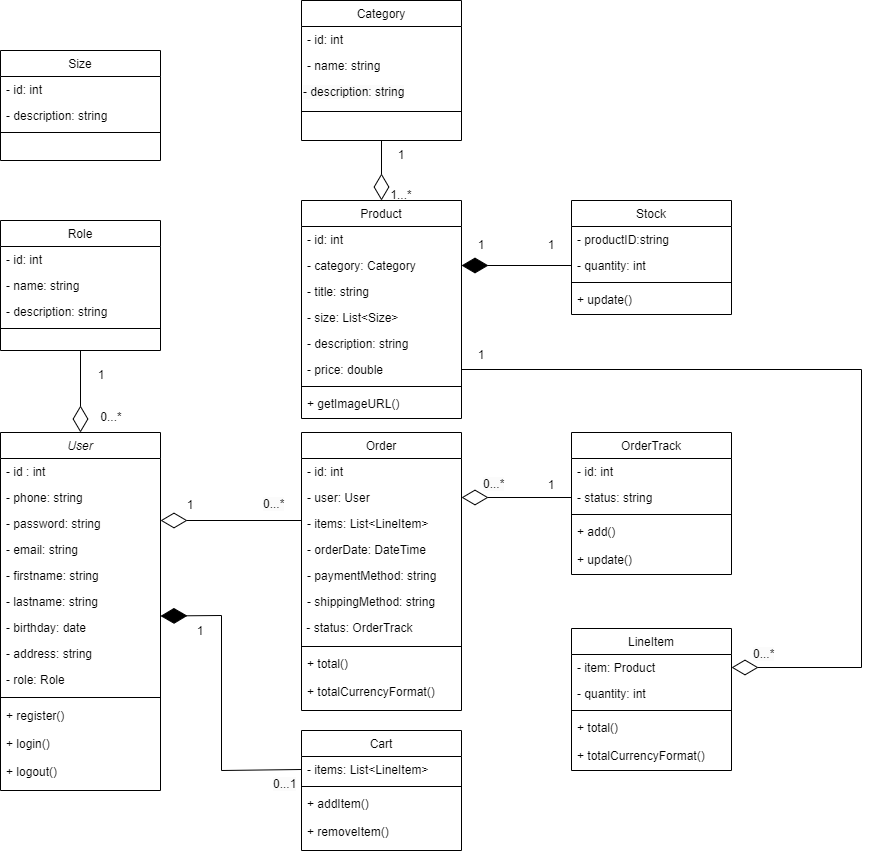
Before: WEB.drawio.png, a diagram exported from draw.io (Bisoo12300/web_project_ERD). Source tidied: cells renumbered, new cells last; positions are measured from the earlier drawing's top-left corner, leaving out a move shared by most shapes.
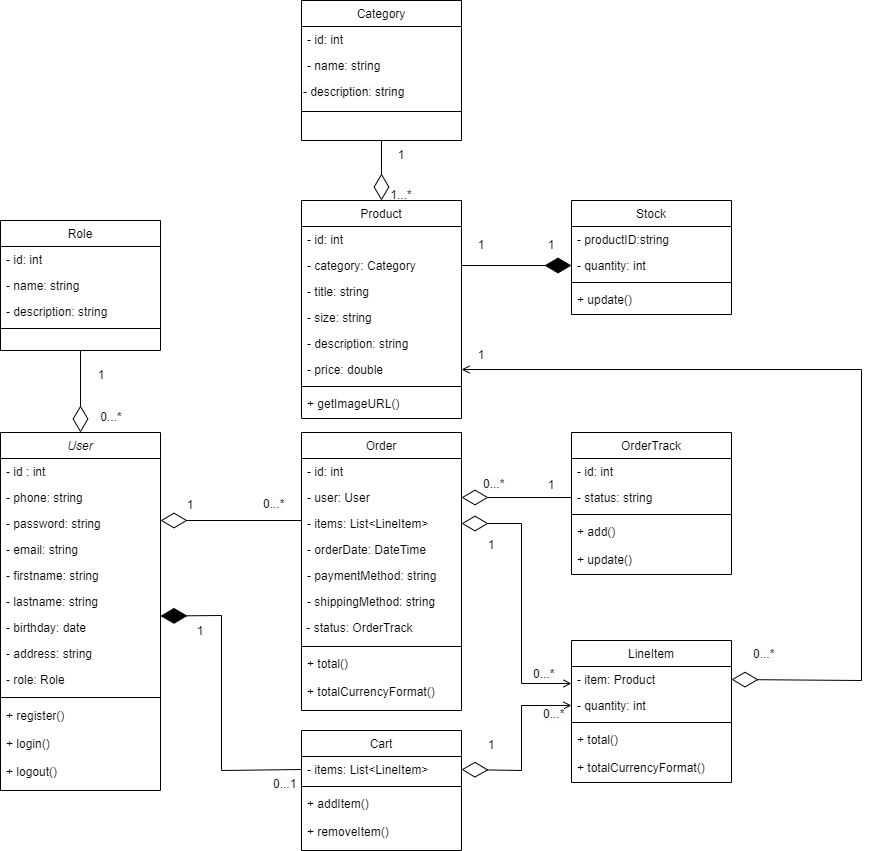
Later version of the same file.

Commit message:
Cập nhật WEB.drawio.png

The edit, as a diff of the source:
```diff
@@ -84,7 +84,7 @@
       <mxGeometry y="88" width="160" height="28" as="geometry" />
     </mxCell>
     <mxCell id="29" value="LineItem" style="swimlane;fontStyle=0;align=center;verticalAlign=top;horizontal=1;startSize=26;rounded=0;shadow=0;strokeWidth=1;" parent="1" vertex="1">
-      <mxGeometry x="571" y="628" width="160" height="142" as="geometry" />
+      <mxGeometry x="571" y="640" width="160" height="142" as="geometry" />
     </mxCell>
     <mxCell id="30" value="- item: Product" style="text;align=left;verticalAlign=top;spacingLeft=4;spacingRight=4;overflow=hidden;points=[[0,0.5],[1,0.5]];portConstraint=eastwest;" parent="29" vertex="1">
       <mxGeometry y="26" width="160" height="26" as="geometry" />
@@ -113,7 +113,7 @@
     <mxCell id="38" value="- title: string" style="text;align=left;verticalAlign=top;spacingLeft=4;spacingRight=4;overflow=hidden;rounded=0;shadow=0;html=0;" parent="35" vertex="1">
       <mxGeometry y="78" width="160" height="26" as="geometry" />
     </mxCell>
-    <mxCell id="39" value="- size: List&lt;Size&gt;" style="text;align=left;verticalAlign=top;spacingLeft=4;spacingRight=4;overflow=hidden;rounded=0;shadow=0;html=0;" parent="35" vertex="1">
+    <mxCell id="39" value="- size: string" style="text;align=left;verticalAlign=top;spacingLeft=4;spacingRight=4;overflow=hidden;rounded=0;shadow=0;html=0;" parent="35" vertex="1">
       <mxGeometry y="104" width="160" height="26" as="geometry" />
     </mxCell>
     <mxCell id="40" value="- description: string" style="text;align=left;verticalAlign=top;spacingLeft=4;spacingRight=4;overflow=hidden;rounded=0;shadow=0;html=0;" parent="35" vertex="1">
@@ -167,7 +167,7 @@
     <mxCell id="56" value="+ update()" style="text;align=left;verticalAlign=top;spacingLeft=4;spacingRight=4;overflow=hidden;rounded=0;shadow=0;html=0;" parent="52" vertex="1">
       <mxGeometry y="86" width="160" height="28" as="geometry" />
     </mxCell>
-    <mxCell id="57" style="endArrow=diamondThin;endFill=1;endSize=24;html=1;rounded=0;entryX=1;entryY=0.5;entryDx=0;entryDy=0;exitX=0;exitY=0.5;exitDx=0;exitDy=0;" parent="1" edge="1" source="54" target="37">
+    <mxCell id="57" style="endArrow=diamondThin;endFill=1;endSize=24;html=1;rounded=0;exitX=1;exitY=0.5;exitDx=0;exitDy=0;entryX=0;entryY=0.5;entryDx=0;entryDy=0;" parent="1" edge="1" source="37" target="54">
       <mxGeometry relative="1" as="geometry" />
     </mxCell>
     <mxCell id="58" value="1" style="text;html=1;strokeColor=none;fillColor=none;align=center;verticalAlign=middle;whiteSpace=wrap;rounded=0;" parent="1" vertex="1">
@@ -261,11 +261,11 @@
     <mxCell id="85" value="&lt;span style=&quot;color: rgb(0, 0, 0); font-family: Helvetica; font-size: 12px; font-style: normal; font-variant-ligatures: normal; font-variant-caps: normal; font-weight: 400; letter-spacing: normal; orphans: 2; text-align: center; text-indent: 0px; text-transform: none; widows: 2; word-spacing: 0px; -webkit-text-stroke-width: 0px; background-color: rgb(251, 251, 251); text-decoration-thickness: initial; text-decoration-style: initial; text-decoration-color: initial; float: none; display: inline !important;&quot;&gt;0...*&lt;/span&gt;" style="text;whiteSpace=wrap;html=1;" parent="1" vertex="1">
       <mxGeometry x="481" y="470" width="50" height="40" as="geometry" />
     </mxCell>
-    <mxCell id="86" style="endArrow=diamondThin;endFill=0;endSize=24;html=1;rounded=0;entryX=1;entryY=0.5;entryDx=0;entryDy=0;exitX=1;exitY=0.5;exitDx=0;exitDy=0;" parent="1" edge="1" source="41" target="30">
+    <mxCell id="86" style="endArrow=diamondThin;endFill=0;endSize=24;html=1;rounded=0;entryX=1;entryY=0.5;entryDx=0;entryDy=0;exitX=1;exitY=0.5;exitDx=0;exitDy=0;startArrow=open;startFill=0;" parent="1" edge="1" source="41" target="30">
       <mxGeometry relative="1" as="geometry">
         <Array as="points">
           <mxPoint x="861" y="369" />
-          <mxPoint x="861" y="667" />
+          <mxPoint x="861" y="680" />
         </Array>
       </mxGeometry>
     </mxCell>
@@ -275,17 +275,34 @@
     <mxCell id="88" value="1" style="text;html=1;strokeColor=none;fillColor=none;align=center;verticalAlign=middle;whiteSpace=wrap;rounded=0;" parent="1" vertex="1">
       <mxGeometry x="451" y="340" width="60" height="30" as="geometry" />
     </mxCell>
-    <mxCell id="89" value="Size" style="swimlane;fontStyle=0;align=center;verticalAlign=top;horizontal=1;startSize=26;rounded=0;shadow=0;strokeWidth=1;" parent="1" vertex="1">
-      <mxGeometry y="50" width="160" height="110" as="geometry" />
-    </mxCell>
-    <mxCell id="90" value="- id: int" style="text;align=left;verticalAlign=top;spacingLeft=4;spacingRight=4;overflow=hidden;" parent="89" vertex="1">
-      <mxGeometry y="26" width="160" height="26" as="geometry" />
-    </mxCell>
-    <mxCell id="91" value="- description: string" style="text;align=left;verticalAlign=top;spacingLeft=4;spacingRight=4;overflow=hidden;" parent="89" vertex="1">
-      <mxGeometry y="52" width="160" height="26" as="geometry" />
-    </mxCell>
-    <mxCell id="92" style="line;html=1;strokeWidth=1;align=left;verticalAlign=middle;spacingTop=-1;spacingLeft=3;spacingRight=3;labelPosition=right;" parent="89" vertex="1">
-      <mxGeometry y="78" width="160" height="8" as="geometry" />
-    </mxCell>
+    <mxCell id="93" style="endArrow=diamondThin;endFill=0;endSize=24;html=1;rounded=0;entryX=1;entryY=0.5;entryDx=0;entryDy=0;startArrow=open;startFill=0;" parent="1" edge="1" target="63">
+      <mxGeometry relative="1" as="geometry">
+        <mxPoint x="571" y="683" as="sourcePoint" />
+        <Array as="points">
+          <mxPoint x="521" y="683" />
+          <mxPoint x="521" y="523" />
+        </Array>
+      </mxGeometry>
+    </mxCell>
+    <mxCell id="94" style="endArrow=diamondThin;endFill=0;endSize=24;html=1;rounded=0;entryX=1;entryY=0.5;entryDx=0;entryDy=0;exitX=0;exitY=0.5;exitDx=0;exitDy=0;startArrow=open;startFill=0;" parent="1" edge="1" source="31" target="25">
+      <mxGeometry relative="1" as="geometry">
+        <Array as="points">
+          <mxPoint x="521" y="705" />
+          <mxPoint x="521" y="770" />
+        </Array>
+      </mxGeometry>
+    </mxCell>
+    <mxCell id="95" value="&lt;span style=&quot;color: rgb(0, 0, 0); font-family: Helvetica; font-size: 12px; font-style: normal; font-variant-ligatures: normal; font-variant-caps: normal; font-weight: 400; letter-spacing: normal; orphans: 2; text-align: center; text-indent: 0px; text-transform: none; widows: 2; word-spacing: 0px; -webkit-text-stroke-width: 0px; background-color: rgb(251, 251, 251); text-decoration-thickness: initial; text-decoration-style: initial; text-decoration-color: initial; float: none; display: inline !important;&quot;&gt;0...*&lt;/span&gt;" style="text;whiteSpace=wrap;html=1;" parent="1" vertex="1">
+      <mxGeometry x="541" y="700" width="50" height="40" as="geometry" />
+    </mxCell>
+    <mxCell id="96" value="&lt;span style=&quot;color: rgb(0, 0, 0); font-family: Helvetica; font-size: 12px; font-style: normal; font-variant-ligatures: normal; font-variant-caps: normal; font-weight: 400; letter-spacing: normal; orphans: 2; text-align: center; text-indent: 0px; text-transform: none; widows: 2; word-spacing: 0px; -webkit-text-stroke-width: 0px; background-color: rgb(251, 251, 251); text-decoration-thickness: initial; text-decoration-style: initial; text-decoration-color: initial; float: none; display: inline !important;&quot;&gt;0...*&lt;/span&gt;" style="text;whiteSpace=wrap;html=1;" parent="1" vertex="1">
+      <mxGeometry x="531" y="660" width="50" height="40" as="geometry" />
+    </mxCell>
+    <mxCell id="97" value="1" style="text;html=1;strokeColor=none;fillColor=none;align=center;verticalAlign=middle;whiteSpace=wrap;rounded=0;" parent="1" vertex="1">
+      <mxGeometry x="461" y="530" width="60" height="30" as="geometry" />
+    </mxCell>
+    <mxCell id="98" value="1" style="text;html=1;strokeColor=none;fillColor=none;align=center;verticalAlign=middle;whiteSpace=wrap;rounded=0;" parent="1" vertex="1">
+      <mxGeometry x="461" y="730" width="60" height="30" as="geometry" />
+    </mxCell>
   </root>
 </mxGraphModel>
```
